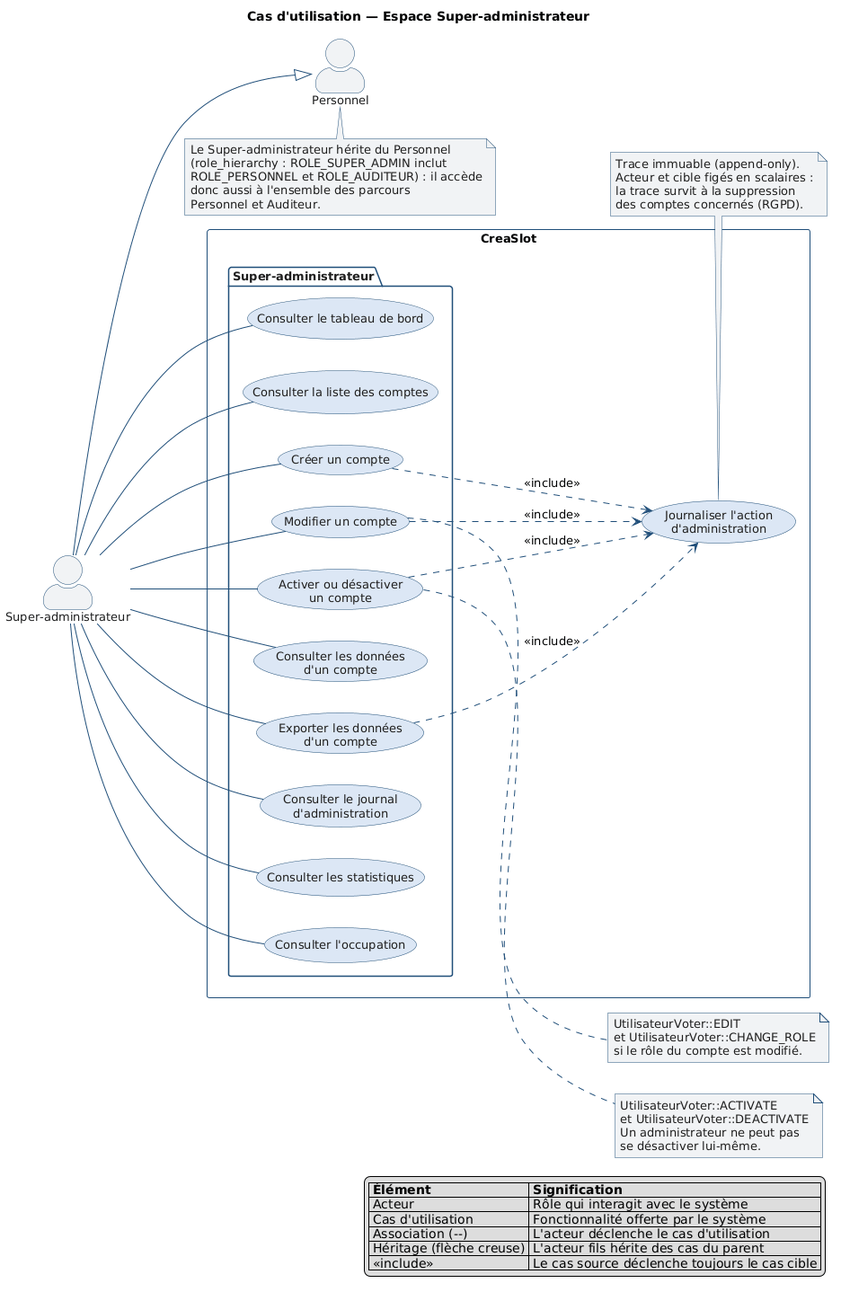
The PlantUML diagram docs/conception/diagrammes/cas-utilisation-4-superadmin.png in sgahovey/creaslot, before a commit.
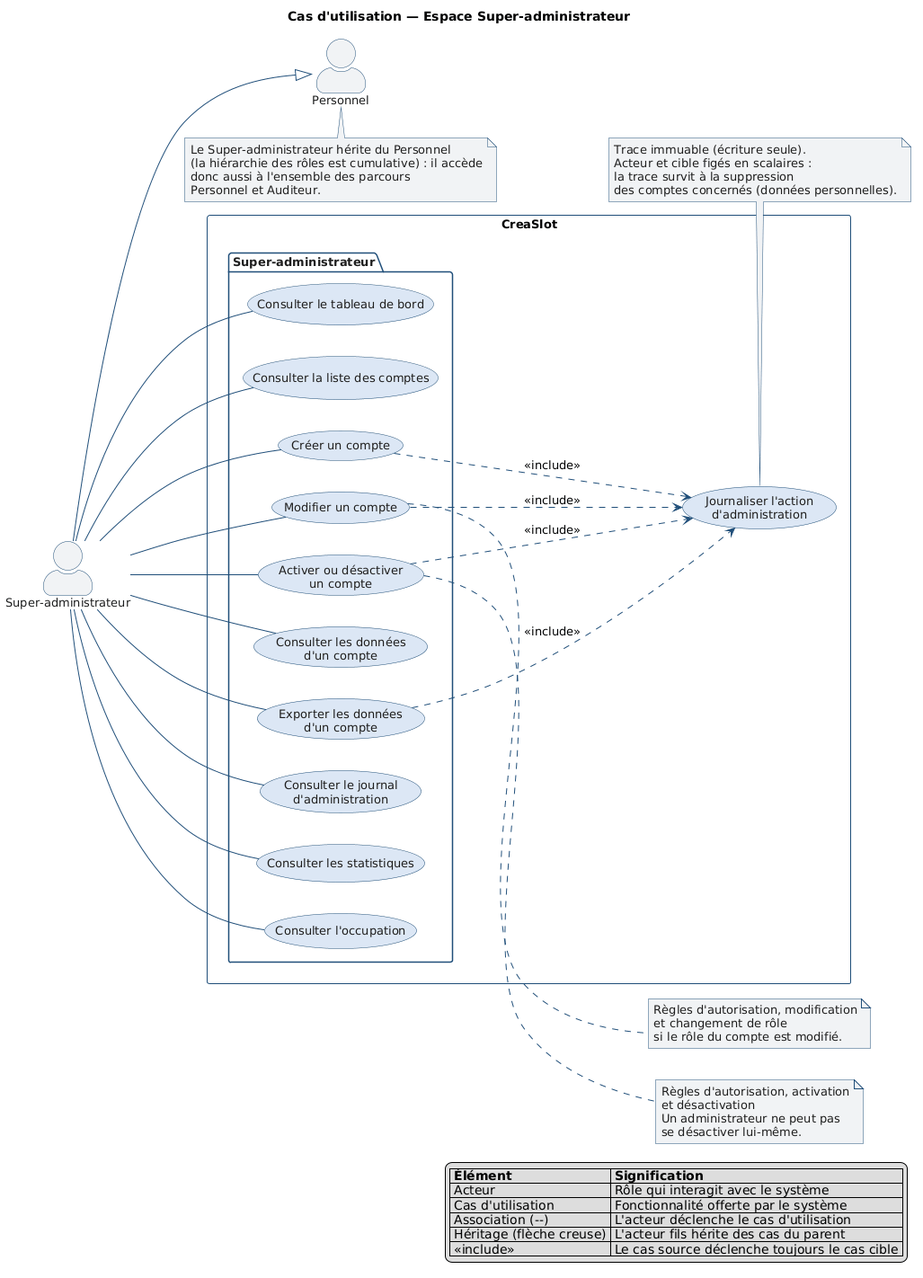
Later version of the same file.

Diff of the diagram source:
```diff
@@ -77,29 +77,28 @@
 UC_COMPTE_EXPORT     ..> UC_JOURNALISER : <<include>>
 
 note right of UC_COMPTE_MODIFIER
-  UtilisateurVoter::EDIT
-  et UtilisateurVoter::CHANGE_ROLE
+  Règles d'autorisation, modification
+  et changement de rôle
   si le rôle du compte est modifié.
 end note
 
 note right of UC_COMPTE_ACTIVATION
-  UtilisateurVoter::ACTIVATE
-  et UtilisateurVoter::DEACTIVATE
+  Règles d'autorisation, activation
+  et désactivation
   Un administrateur ne peut pas
   se désactiver lui-même.
 end note
 
 note bottom of UC_JOURNALISER
-  Trace immuable (append-only).
+  Trace immuable (écriture seule).
   Acteur et cible figés en scalaires :
   la trace survit à la suppression
-  des comptes concernés (RGPD).
+  des comptes concernés (données personnelles).
 end note
 
 note bottom of PERSONNEL
   Le Super-administrateur hérite du Personnel
-  (role_hierarchy : ROLE_SUPER_ADMIN inclut
-  ROLE_PERSONNEL et ROLE_AUDITEUR) : il accède
+  (la hiérarchie des rôles est cumulative) : il accède
   donc aussi à l'ensemble des parcours
   Personnel et Auditeur.
 end note
```
